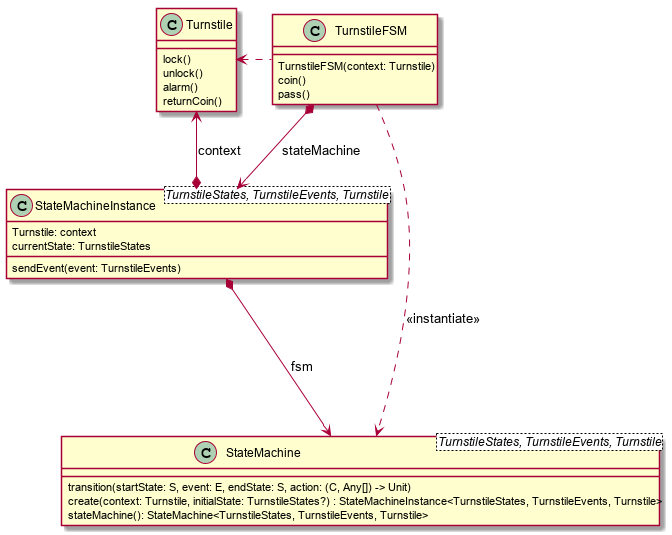
Before: src/doc/asciidoc/statemachine_packaged.png, a diagram exported from PlantUML (open-jumpco/kfsm).
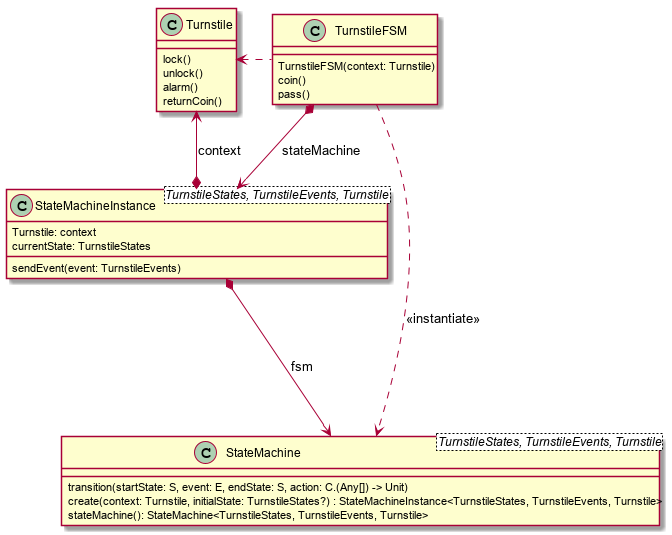
After the commit.

Commit message:
change action receiver to this

Change to the diagram source:
```diff
@@ -20,7 +20,7 @@
 }
 
 class StateMachine<TurnstileStates, TurnstileEvents, Turnstile> {
-    transition(startState: S, event: E, endState: S, action: (C, Any[]) -> Unit)
+    transition(startState: S, event: E, endState: S, action: C.(Any[]) -> Unit)
     create(context: Turnstile, initialState: TurnstileStates?) : StateMachineInstance<TurnstileStates, TurnstileEvents, Turnstile>
     stateMachine(): StateMachine<TurnstileStates, TurnstileEvents, Turnstile>
 }
```
